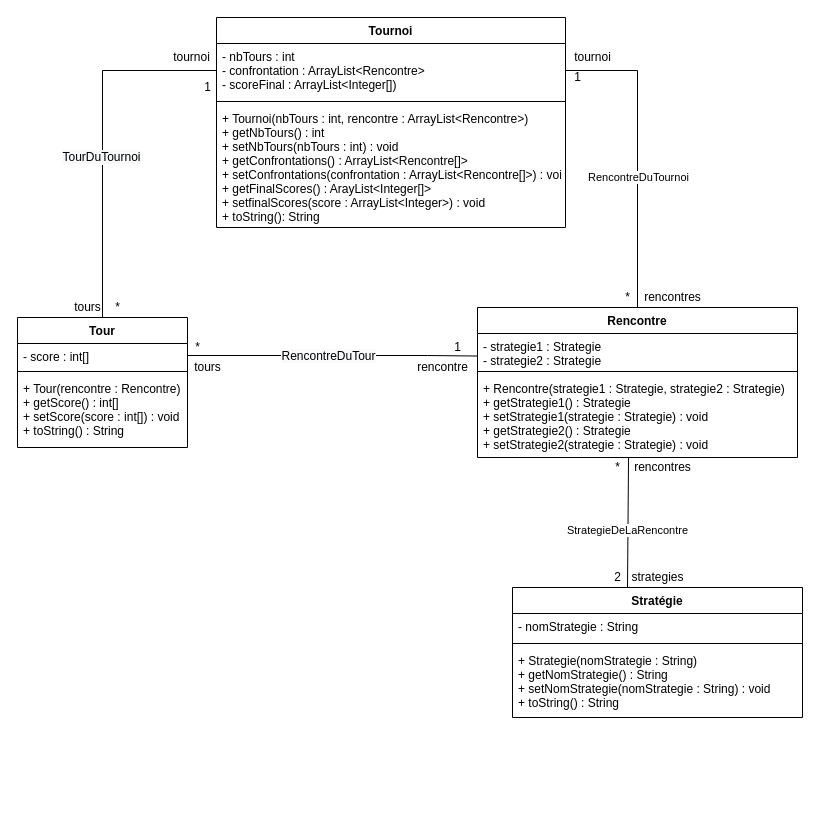
Before: doc/diagramme_classe.drawio in DaeronHTV/DilemmeDuPrisionnier, a draw.io diagram. Source tidied: cells renumbered, new cells numbered last; positions are measured from the earlier drawing's top-left corner, leaving out a move shared by most shapes. Both pictures are drawn from the tidied source at 100%, with x=0, y=0 at pixel (17, 17).
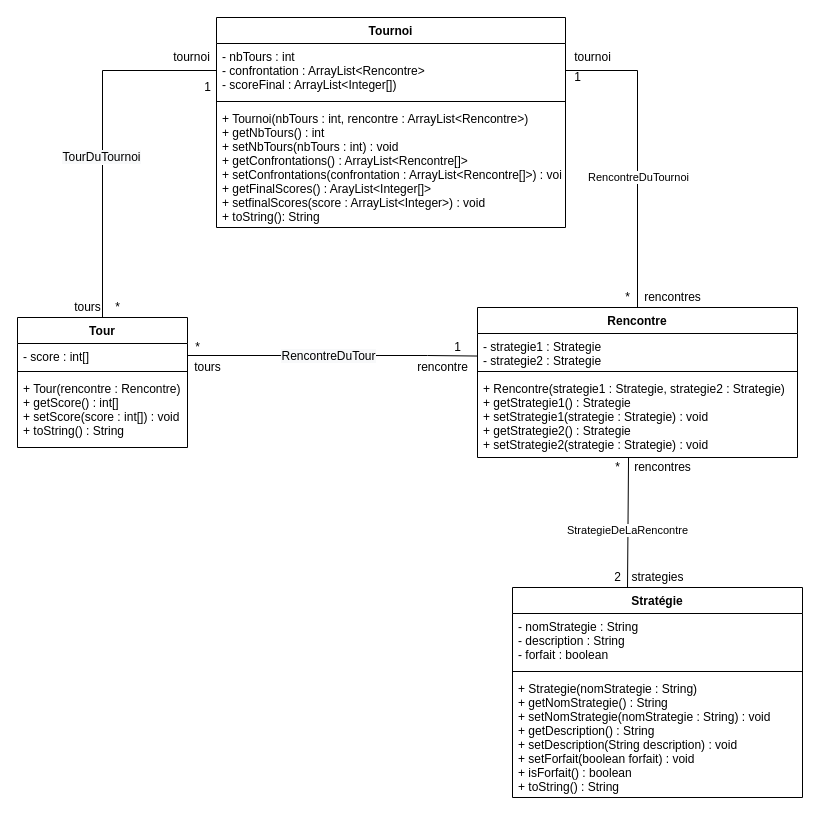
The same diagram, later.

Diff of the diagram source:
```diff
@@
     <mxCell id="14" value="Stratégie" style="swimlane;fontStyle=1;align=center;verticalAlign=top;horizontal=1;startSize=26;" parent="1" vertex="1">
-      <mxGeometry x="495" y="570" width="290" height="130" as="geometry" />
+      <mxGeometry x="495" y="570" width="290" height="210" as="geometry" />
     </mxCell>
-    <mxCell id="15" value="- nomStrategie : String" style="text;strokeColor=none;fillColor=none;align=left;verticalAlign=top;spacingLeft=4;spacingRight=4;overflow=hidden;" parent="14" vertex="1">
-      <mxGeometry y="26" width="290" height="26" as="geometry" />
+    <mxCell id="15" value="- nomStrategie : String&#10;- description : String&#10;- forfait : boolean" style="text;strokeColor=none;fillColor=none;align=left;verticalAlign=top;spacingLeft=4;spacingRight=4;overflow=hidden;" parent="14" vertex="1">
+      <mxGeometry y="26" width="290" height="54" as="geometry" />
     </mxCell>
     <mxCell id="16" style="line;strokeWidth=1;fillColor=none;align=left;verticalAlign=middle;spacingTop=-1;spacingLeft=3;spacingRight=3;labelPosition=right;" parent="14" vertex="1">
-      <mxGeometry y="52" width="290" height="8" as="geometry" />
+      <mxGeometry y="80" width="290" height="8" as="geometry" />
     </mxCell>
-    <mxCell id="17" value="+ Strategie(nomStrategie : String)&#10;+ getNomStrategie() : String&#10;+ setNomStrategie(nomStrategie : String) : void&#10;+ toString() : String" style="text;strokeColor=none;fillColor=none;align=left;verticalAlign=top;spacingLeft=4;spacingRight=4;overflow=hidden;" parent="14" vertex="1">
-      <mxGeometry y="60" width="290" height="70" as="geometry" />
+    <mxCell id="17" value="+ Strategie(nomStrategie : String)&#10;+ getNomStrategie() : String&#10;+ setNomStrategie(nomStrategie : String) : void&#10;+ getDescription() : String&#10;+ setDescription(String description) : void&#10;+ setForfait(boolean forfait) : void&#10;+ isForfait() : boolean&#10;+ toString() : String" style="text;strokeColor=none;fillColor=none;align=left;verticalAlign=top;spacingLeft=4;spacingRight=4;overflow=hidden;" parent="14" vertex="1">
+      <mxGeometry y="88" width="290" height="122" as="geometry" />
     </mxCell>
```
